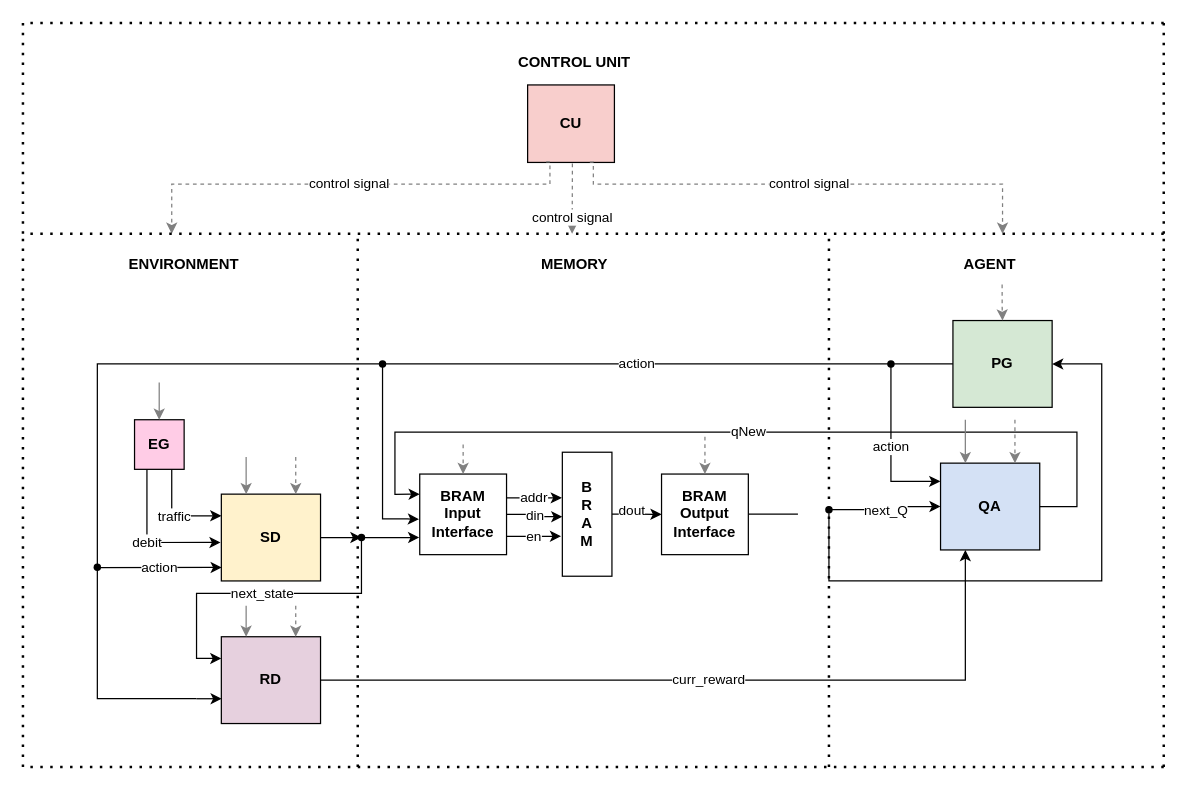
Earlier version of the draw.io diagram page "Sytem" (2 of 4) of intelight.drawio (zulfikarna/intelight). Source tidied: cells renumbered, new cells numbered last; positions are measured from the earlier drawing's top-left corner, leaving out a move shared by most shapes. Both pictures are drawn from the tidied source at 124%, with x=0, y=0 at pixel (22, 22).
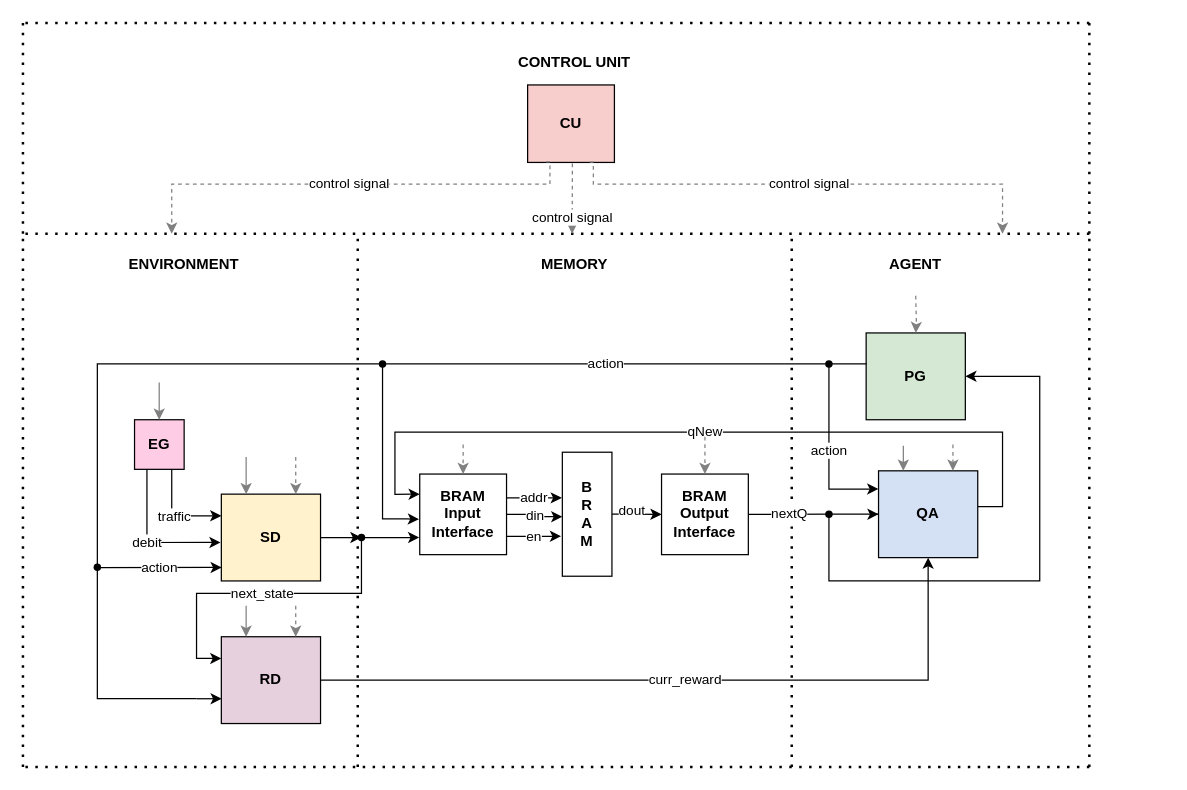
The same page after the edit.

Unchanged cells that the change refers to:
```xml
<mxCell id="8" value="&lt;b&gt;RD&lt;/b&gt;" style="rounded=0;whiteSpace=wrap;html=1;fillColor=#E6D0DE;" parent="1" vertex="1">
  <mxGeometry x="160" y="495" width="80" height="70" as="geometry" />
</mxCell>
<mxCell id="40" value="&lt;b&gt;BRAM Input Interface&lt;br&gt;&lt;/b&gt;" style="rounded=0;whiteSpace=wrap;html=1;fillColor=#FFFFFF;" parent="1" vertex="1">
  <mxGeometry x="320" y="363.8" width="70" height="65" as="geometry" />
</mxCell>
<mxCell id="41" value="&lt;b&gt;BRAM Output Interface&lt;br&gt;&lt;/b&gt;" style="rounded=0;whiteSpace=wrap;html=1;fillColor=#FFFFFF;" parent="1" vertex="1">
  <mxGeometry x="515" y="363.8" width="70" height="65" as="geometry" />
</mxCell>
```

Diff of the diagram source:
```diff
@@
     <mxCell id="3" value="&lt;b&gt;PG&lt;/b&gt;" style="rounded=0;whiteSpace=wrap;html=1;fillColor=#D5E8D4;" parent="1" vertex="1">
-      <mxGeometry x="750" y="240" width="80" height="70" as="geometry" />
+      <mxGeometry x="680" y="250" width="80" height="70" as="geometry" />
     </mxCell>
@@
-    <mxCell id="7" value="curr_reward" style="edgeStyle=orthogonalEdgeStyle;rounded=0;jettySize=auto;html=1;entryX=0.25;entryY=1;entryDx=0;entryDy=0;startArrow=none;exitX=1;exitY=0.5;exitDx=0;exitDy=0;" parent="1" edge="1" source="8" target="10">
+    <mxCell id="7" value="curr_reward" style="edgeStyle=orthogonalEdgeStyle;rounded=0;jettySize=auto;html=1;entryX=0.5;entryY=1;entryDx=0;entryDy=0;startArrow=none;exitX=1;exitY=0.5;exitDx=0;exitDy=0;" parent="1" edge="1" source="8" target="10">
       <mxGeometry relative="1" as="geometry" />
     </mxCell>
@@
     <mxCell id="9" value="qNew" style="edgeStyle=orthogonalEdgeStyle;rounded=0;jettySize=auto;html=1;entryX=0;entryY=0.25;entryDx=0;entryDy=0;strokeColor=#000000;" parent="1" edge="1" source="10" target="40">
       <mxGeometry relative="1" as="geometry">
         <Array as="points">
-          <mxPoint x="850" y="390" />
-          <mxPoint x="850" y="330" />
+          <mxPoint x="790" y="390" />
+          <mxPoint x="790" y="330" />
           <mxPoint x="300" y="330" />
           <mxPoint x="300" y="380" />
         </Array>
       </mxGeometry>
     </mxCell>
     <mxCell id="10" value="&lt;b&gt;QA&lt;/b&gt;" style="rounded=0;whiteSpace=wrap;html=1;fillColor=#D4E1F5;" parent="1" vertex="1">
-      <mxGeometry x="740" y="355" width="80" height="70" as="geometry" />
+      <mxGeometry x="690" y="361.2" width="80" height="70" as="geometry" />
     </mxCell>
@@
-    <mxCell id="16" value="next_Q" style="edgeStyle=orthogonalEdgeStyle;rounded=0;jettySize=auto;html=1;entryX=0;entryY=0.5;entryDx=0;entryDy=0;startArrow=none;" parent="1" edge="1" source="30" target="10">
+    <mxCell id="16" style="edgeStyle=orthogonalEdgeStyle;rounded=0;jettySize=auto;html=1;entryX=0;entryY=0.5;entryDx=0;entryDy=0;startArrow=none;" parent="1" edge="1" source="30" target="10">
       <mxGeometry relative="1" as="geometry" />
     </mxCell>
@@
     <mxCell id="23" value="action" style="edgeStyle=orthogonalEdgeStyle;rounded=0;jettySize=auto;html=1;entryX=-0.002;entryY=0.21;entryDx=0;entryDy=0;exitX=0.6;exitY=0.662;exitDx=0;exitDy=0;exitPerimeter=0;entryPerimeter=0;" parent="1" edge="1" source="32" target="10">
       <mxGeometry relative="1" as="geometry">
         <Array as="points">
-          <mxPoint x="700" y="370" />
-          <mxPoint x="740" y="370" />
+          <mxPoint x="650" y="376" />
         </Array>
       </mxGeometry>
     </mxCell>
     <mxCell id="24" style="endArrow=none;dashed=1;html=1;dashPattern=1 3;strokeWidth=2;rounded=0;" parent="1" edge="1">
       <mxGeometry relative="1" as="geometry">
-        <mxPoint x="650" y="600" as="sourcePoint" />
-        <mxPoint x="650" y="170" as="targetPoint" />
+        <mxPoint x="620" y="600" as="sourcePoint" />
+        <mxPoint x="620" y="170" as="targetPoint" />
       </mxGeometry>
     </mxCell>
@@
     <mxCell id="28" value="&lt;b&gt;AGENT&lt;/b&gt;" style="text;html=1;strokeColor=none;fillColor=none;align=center;verticalAlign=middle;whiteSpace=wrap;rounded=0;" parent="1" vertex="1">
-      <mxGeometry x="750" y="180" width="60" height="30" as="geometry" />
+      <mxGeometry x="690" y="180" width="60" height="30" as="geometry" />
     </mxCell>
     <mxCell id="29" style="edgeStyle=orthogonalEdgeStyle;rounded=0;jettySize=auto;html=1;entryX=1;entryY=0.5;entryDx=0;entryDy=0;" parent="1" edge="1" source="30" target="3">
       <mxGeometry relative="1" as="geometry">
         <Array as="points">
           <mxPoint x="650" y="450" />
-          <mxPoint x="870" y="450" />
-          <mxPoint x="870" y="275" />
+          <mxPoint x="820" y="450" />
+          <mxPoint x="820" y="285" />
         </Array>
       </mxGeometry>
     </mxCell>
     <mxCell id="30" style="shape=waypoint;sketch=0;fillStyle=solid;size=6;points=[];fillColor=none;perimeter=centerPerimeter;snapToPoint=1;" parent="1" vertex="1">
-      <mxGeometry x="630" y="372.5" width="40" height="40" as="geometry" />
+      <mxGeometry x="630" y="376.2" width="40" height="40" as="geometry" />
     </mxCell>
-    <mxCell id="31" style="edgeStyle=orthogonalEdgeStyle;rounded=0;jettySize=auto;html=1;entryDx=0;entryDy=0;endArrow=none;startArrow=none;exitX=1;exitY=0.5;exitDx=0;exitDy=0;" parent="1" edge="1" source="41">
-      <mxGeometry relative="1" as="geometry">
-        <mxPoint x="625" y="396.2" as="targetPoint" />
-        <Array as="points">
-          <mxPoint x="625" y="396.8" />
-        </Array>
-      </mxGeometry>
+    <mxCell id="31" value="nextQ" style="edgeStyle=orthogonalEdgeStyle;rounded=0;jettySize=auto;html=1;endArrow=none;startArrow=none;exitX=1;exitY=0.5;exitDx=0;exitDy=0;" parent="1" edge="1" source="41" target="30">
+      <mxGeometry relative="1" as="geometry" />
     </mxCell>
     <mxCell id="32" style="shape=waypoint;sketch=0;fillStyle=solid;size=6;points=[];fillColor=none;perimeter=centerPerimeter;snapToPoint=1;" parent="1" vertex="1">
-      <mxGeometry x="680" y="255" width="40" height="40" as="geometry" />
+      <mxGeometry x="630" y="255" width="40" height="40" as="geometry" />
     </mxCell>
-    <mxCell id="33" style="edgeStyle=orthogonalEdgeStyle;rounded=0;jettySize=auto;html=1;endArrow=none;" parent="1" edge="1" source="3" target="32">
+    <mxCell id="33" style="edgeStyle=orthogonalEdgeStyle;rounded=0;jettySize=auto;html=1;endArrow=none;exitX=0.005;exitY=0.356;exitDx=0;exitDy=0;exitPerimeter=0;" parent="1" edge="1" source="3" target="32">
       <mxGeometry relative="1" as="geometry" />
     </mxCell>
@@
     <mxCell id="44" style="edgeStyle=orthogonalEdgeStyle;rounded=0;jettySize=auto;html=1;strokeColor=#808080;entryX=0.25;entryY=0;entryDx=0;entryDy=0;" parent="1" edge="1" target="10">
       <mxGeometry relative="1" as="geometry">
-        <mxPoint x="760" y="320" as="sourcePoint" />
+        <mxPoint x="710" y="341" as="sourcePoint" />
       </mxGeometry>
     </mxCell>
-    <mxCell id="45" style="edgeStyle=orthogonalEdgeStyle;rounded=0;jettySize=auto;html=1;strokeColor=#808080;dashed=1;exitX=0.661;exitY=1.032;exitDx=0;exitDy=0;exitPerimeter=0;" parent="1" edge="1" source="28" target="3">
-      <mxGeometry relative="1" as="geometry" />
+    <mxCell id="45" style="edgeStyle=orthogonalEdgeStyle;rounded=0;jettySize=auto;html=1;strokeColor=#808080;dashed=1;" parent="1" edge="1" target="3">
+      <mxGeometry relative="1" as="geometry">
+        <mxPoint x="720" y="220" as="sourcePoint" />
+      </mxGeometry>
     </mxCell>
@@
     <mxCell id="48" style="edgeStyle=orthogonalEdgeStyle;rounded=0;jettySize=auto;html=1;strokeColor=#808080;entryX=0.75;entryY=0;entryDx=0;entryDy=0;dashed=1;" parent="1" edge="1" target="10">
       <mxGeometry relative="1" as="geometry">
-        <mxPoint x="800" y="320" as="sourcePoint" />
+        <mxPoint x="750" y="340" as="sourcePoint" />
       </mxGeometry>
     </mxCell>
@@
     <mxCell id="56" style="endArrow=none;dashed=1;html=1;dashPattern=1 3;strokeWidth=2;rounded=0;" parent="1" edge="1">
       <mxGeometry relative="1" as="geometry">
-        <mxPoint x="920" y="170" as="sourcePoint" />
+        <mxPoint x="860" y="170" as="sourcePoint" />
         <mxPoint y="170" as="targetPoint" />
       </mxGeometry>
     </mxCell>
@@
     <mxCell id="59" style="endArrow=none;dashed=1;html=1;dashPattern=1 3;strokeWidth=2;rounded=0;" parent="1" edge="1">
       <mxGeometry relative="1" as="geometry">
-        <mxPoint x="920" y="600" as="sourcePoint" />
+        <mxPoint x="860" y="600" as="sourcePoint" />
         <mxPoint y="600" as="targetPoint" />
       </mxGeometry>
     </mxCell>
     <mxCell id="60" style="endArrow=none;dashed=1;html=1;dashPattern=1 3;strokeWidth=2;rounded=0;" parent="1" edge="1">
       <mxGeometry relative="1" as="geometry">
-        <mxPoint x="920" y="600" as="sourcePoint" />
-        <mxPoint x="920" y="170" as="targetPoint" />
+        <mxPoint x="860" y="600" as="sourcePoint" />
+        <mxPoint x="860" y="170" as="targetPoint" />
       </mxGeometry>
     </mxCell>
     <mxCell id="61" style="endArrow=none;dashed=1;html=1;dashPattern=1 3;strokeWidth=2;rounded=0;" parent="1" edge="1">
       <mxGeometry relative="1" as="geometry">
-        <mxPoint x="920" as="sourcePoint" />
+        <mxPoint x="860" as="sourcePoint" />
         <mxPoint as="targetPoint" />
       </mxGeometry>
     </mxCell>
@@
     <mxCell id="63" style="endArrow=none;dashed=1;html=1;dashPattern=1 3;strokeWidth=2;rounded=0;" parent="1" edge="1">
       <mxGeometry relative="1" as="geometry">
-        <mxPoint x="920" y="170" as="sourcePoint" />
-        <mxPoint x="920" as="targetPoint" />
+        <mxPoint x="860" y="170" as="sourcePoint" />
+        <mxPoint x="860" as="targetPoint" />
       </mxGeometry>
     </mxCell>
```
